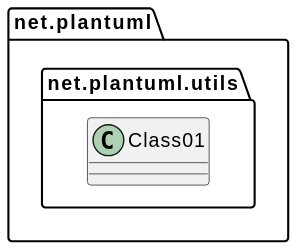
Before: test/nonreg/graphml/docs/classdiagram/GML0037_Test.svg, a diagram exported from PlantUML (plantuml/plantuml).
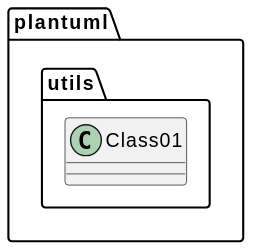
The same file after the commit.

Diff of the diagram source:
```diff
@@ -1,6 +1,6 @@
 @startuml
-package "net.plantuml" {
-package "net.plantuml.utils" {
+package "plantuml" {
+package "utils" {
 class Class01
 }
 }
```
